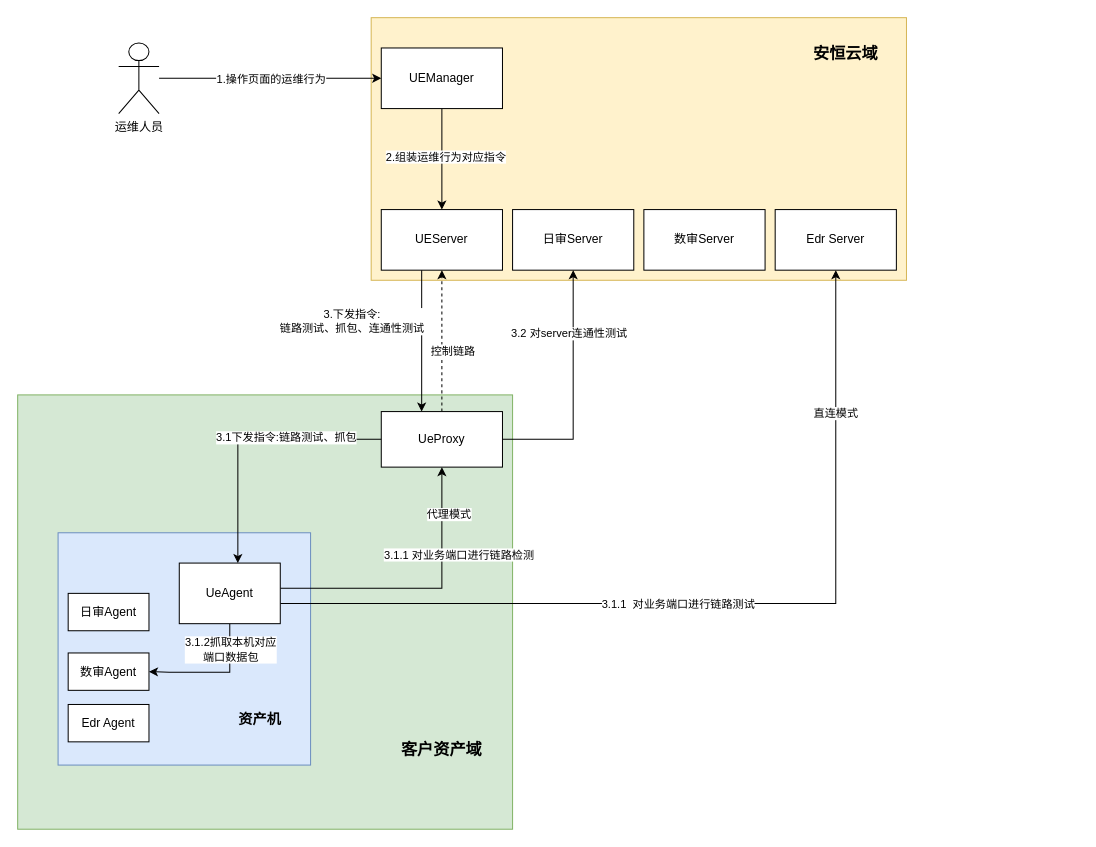
The draw.io diagram 自动化运维链路图.drawio in SwagLYY/myPersonalRepo, before the edit. Source tidied: cells renumbered, new cells numbered last; positions are measured from the earlier drawing's top-left corner, leaving out a move shared by most shapes. Both pictures are drawn from the tidied source at 101%, with x=0, y=0 at pixel (17, 17).
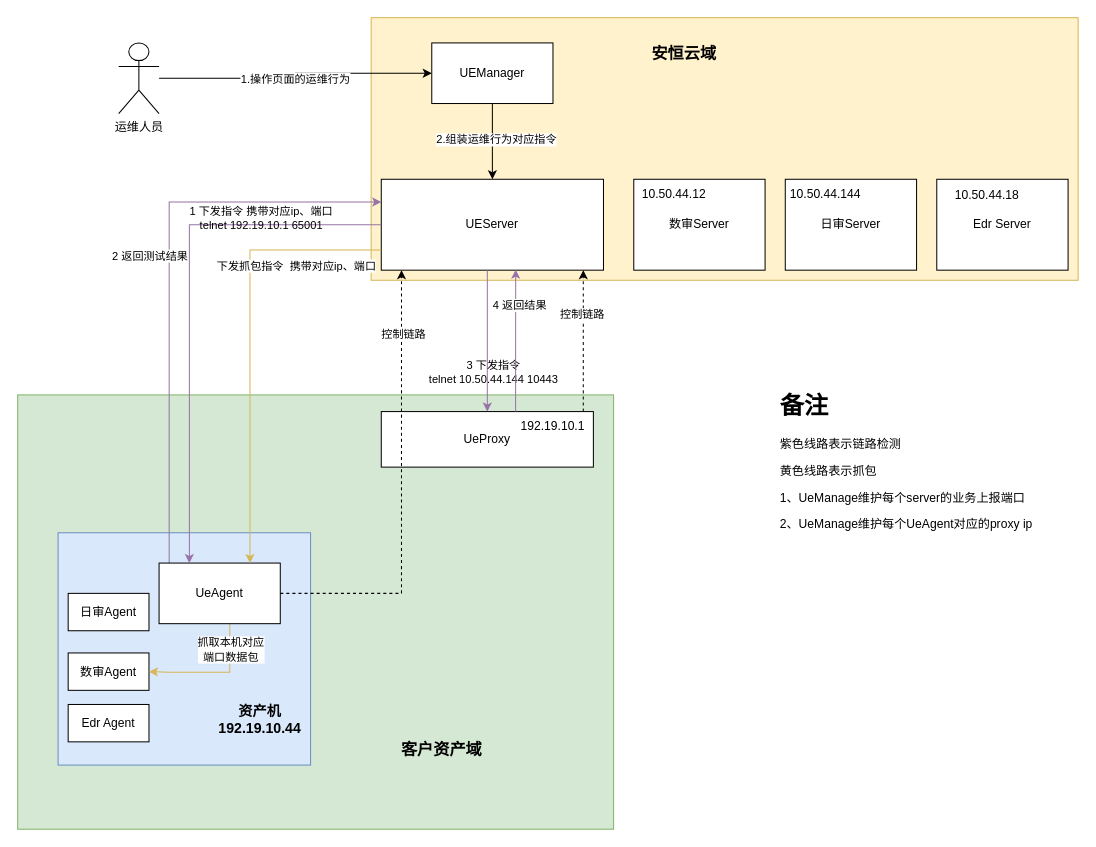
The same diagram, later.

Commit message:
更新自动化运维链路图.drawio

Unchanged cells that the change refers to:
```xml
<mxCell id="21" value="数审Agent" style="rounded=0;whiteSpace=wrap;html=1;" parent="1" vertex="1">
  <mxGeometry x="50" y="629" width="80" height="37" as="geometry" />
</mxCell>
```

The edit, as a diff of the source:
```diff
@@
     <mxCell id="4" style="rounded=0;whiteSpace=wrap;html=1;fillColor=#fff2cc;strokeColor=#d6b656;" parent="1" vertex="1">
-      <mxGeometry x="350" width="530" height="260" as="geometry" />
+      <mxGeometry x="350" width="700" height="260" as="geometry" />
     </mxCell>
     <mxCell id="5" value="UEServer" style="rounded=0;whiteSpace=wrap;html=1;" parent="1" vertex="1">
-      <mxGeometry x="360" y="190" width="120" height="60" as="geometry" />
+      <mxGeometry x="360" y="160" width="220" height="90" as="geometry" />
     </mxCell>
     <mxCell id="6" value="日审Server" style="rounded=0;whiteSpace=wrap;html=1;" parent="1" vertex="1">
-      <mxGeometry x="490" y="190" width="120" height="60" as="geometry" />
+      <mxGeometry x="760" y="160" width="130" height="90" as="geometry" />
     </mxCell>
     <mxCell id="7" value="数审Server" style="rounded=0;whiteSpace=wrap;html=1;" parent="1" vertex="1">
-      <mxGeometry x="620" y="190" width="120" height="60" as="geometry" />
+      <mxGeometry x="610" y="160" width="130" height="90" as="geometry" />
     </mxCell>
     <mxCell id="8" value="Edr Server" style="rounded=0;whiteSpace=wrap;html=1;" parent="1" vertex="1">
-      <mxGeometry x="750" y="190" width="120" height="60" as="geometry" />
+      <mxGeometry x="910" y="160" width="130" height="90" as="geometry" />
     </mxCell>
     <mxCell id="9" value="&lt;font style=&quot;font-size: 16px;&quot;&gt;&lt;b style=&quot;font-size: 16px;&quot;&gt;安恒云域&lt;/b&gt;&lt;/font&gt;" style="text;html=1;strokeColor=none;fillColor=none;align=center;verticalAlign=middle;whiteSpace=wrap;rounded=0;fontSize=16;" parent="1" vertex="1">
-      <mxGeometry x="780" y="20" width="80" height="30" as="geometry" />
+      <mxGeometry x="620" y="20" width="80" height="30" as="geometry" />
     </mxCell>
@@
     <mxCell id="12" value="UEManager" style="rounded=0;whiteSpace=wrap;html=1;" parent="1" vertex="1">
-      <mxGeometry x="360" y="30" width="120" height="60" as="geometry" />
+      <mxGeometry x="410" y="25" width="120" height="60" as="geometry" />
     </mxCell>
     <mxCell id="13" style="rounded=0;whiteSpace=wrap;html=1;fillColor=#d5e8d4;strokeColor=#82b366;" parent="1" vertex="1">
-      <mxGeometry y="373.5" width="490" height="430" as="geometry" />
+      <mxGeometry y="373.5" width="590" height="430" as="geometry" />
     </mxCell>
-    <mxCell id="14" style="edgeStyle=orthogonalEdgeStyle;rounded=0;jettySize=auto;html=1;entryX=0.5;entryY=1;entryDx=0;entryDy=0;" parent="1" edge="1" source="18" target="6">
-      <mxGeometry relative="1" as="geometry">
-        <Array as="points">
-          <mxPoint x="550" y="418" />
-        </Array>
-      </mxGeometry>
-    </mxCell>
-    <mxCell id="15" value="3.2 对server连通性测试" style="edgeLabel;html=1;align=center;verticalAlign=middle;" parent="14" vertex="1">
-      <mxGeometry x="0.22" relative="1" as="geometry">
-        <mxPoint x="-5" y="-30" as="offset" />
-      </mxGeometry>
-    </mxCell>
-    <mxCell id="16" style="edgeStyle=orthogonalEdgeStyle;rounded=0;jettySize=auto;html=1;entryX=0.5;entryY=1;entryDx=0;entryDy=0;dashed=1;" parent="1" edge="1" source="18" target="5">
-      <mxGeometry relative="1" as="geometry">
-        <Array as="points">
-          <mxPoint x="420" y="290" />
-          <mxPoint x="420" y="290" />
-        </Array>
-      </mxGeometry>
-    </mxCell>
-    <mxCell id="17" value="控制链路" style="edgeLabel;html=1;align=center;verticalAlign=middle;" parent="16" vertex="1">
-      <mxGeometry x="-0.13" y="1" relative="1" as="geometry">
-        <mxPoint x="11" as="offset" />
-      </mxGeometry>
-    </mxCell>
+    <mxCell id="41" style="edgeStyle=orthogonalEdgeStyle;rounded=0;jettySize=auto;html=1;dashed=1;" parent="1" edge="1" source="18" target="5">
+      <mxGeometry relative="1" as="geometry">
+        <Array as="points">
+          <mxPoint x="560" y="310" />
+          <mxPoint x="560" y="310" />
+        </Array>
+      </mxGeometry>
+    </mxCell>
+    <mxCell id="42" value="控制链路" style="edgeLabel;html=1;align=center;verticalAlign=middle;" parent="41" vertex="1">
+      <mxGeometry x="0.38" y="2" relative="1" as="geometry" />
+    </mxCell>
     <mxCell id="18" value="UeProxy" style="rounded=0;whiteSpace=wrap;html=1;" parent="1" vertex="1">
-      <mxGeometry x="360" y="390" width="120" height="55" as="geometry" />
+      <mxGeometry x="360" y="390" width="210" height="55" as="geometry" />
     </mxCell>
@@
-    <mxCell id="23" style="edgeStyle=orthogonalEdgeStyle;rounded=0;jettySize=auto;html=1;entryX=1;entryY=0.5;entryDx=0;entryDy=0;" parent="1" edge="1" source="31" target="21">
+    <mxCell id="23" style="edgeStyle=orthogonalEdgeStyle;rounded=0;jettySize=auto;html=1;entryX=1;entryY=0.5;entryDx=0;entryDy=0;fillColor=#fff2cc;strokeColor=#d6b656;" parent="1" edge="1" source="31" target="21">
       <mxGeometry relative="1" as="geometry">
         <Array as="points">
           <mxPoint x="210" y="648" />
           <mxPoint x="150" y="648" />
         </Array>
       </mxGeometry>
     </mxCell>
-    <mxCell id="24" value="3.1.2抓取本机对应&lt;br&gt;端口数据包" style="edgeLabel;html=1;align=center;verticalAlign=middle;labelBackgroundColor=default;labelBorderColor=none;" parent="23" vertex="1">
+    <mxCell id="24" value="抓取本机对应&lt;br&gt;端口数据包" style="edgeLabel;html=1;align=center;verticalAlign=middle;labelBackgroundColor=default;labelBorderColor=none;" parent="23" vertex="1">
       <mxGeometry relative="1" as="geometry">
         <mxPoint x="16" y="-23" as="offset" />
       </mxGeometry>
     </mxCell>
-    <mxCell id="25" style="edgeStyle=orthogonalEdgeStyle;rounded=0;jettySize=auto;html=1;entryX=0.5;entryY=1;entryDx=0;entryDy=0;" parent="1" edge="1" source="31" target="18">
-      <mxGeometry relative="1" as="geometry">
-        <Array as="points">
-          <mxPoint x="420" y="565" />
-        </Array>
-      </mxGeometry>
-    </mxCell>
-    <mxCell id="26" value="3.1.1 对业务端口进行链路检测" style="edgeLabel;html=1;align=center;verticalAlign=middle;labelBackgroundColor=default;" parent="25" vertex="1">
-      <mxGeometry x="-0.24" y="1" relative="1" as="geometry">
-        <mxPoint x="70" y="-33" as="offset" />
-      </mxGeometry>
-    </mxCell>
-    <mxCell id="27" value="代理模式" style="edgeLabel;html=1;align=center;verticalAlign=middle;" parent="25" vertex="1">
-      <mxGeometry x="-0.86" y="4" relative="1" as="geometry">
-        <mxPoint x="146" y="-70" as="offset" />
-      </mxGeometry>
-    </mxCell>
-    <mxCell id="28" style="edgeStyle=orthogonalEdgeStyle;rounded=0;jettySize=auto;html=1;entryX=0.5;entryY=1;entryDx=0;entryDy=0;" parent="1" edge="1" source="31" target="8">
-      <mxGeometry relative="1" as="geometry">
-        <Array as="points">
-          <mxPoint x="810" y="580" />
-        </Array>
-      </mxGeometry>
-    </mxCell>
-    <mxCell id="29" value="3.1.1&amp;nbsp; 对业务端口进行链路测试" style="edgeLabel;html=1;align=center;verticalAlign=middle;" parent="28" vertex="1">
-      <mxGeometry x="-0.18" y="-2" relative="1" as="geometry">
-        <mxPoint x="32" y="-2" as="offset" />
-      </mxGeometry>
-    </mxCell>
-    <mxCell id="30" value="直连模式" style="edgeLabel;html=1;align=center;verticalAlign=middle;" parent="28" vertex="1">
-      <mxGeometry x="0.68" y="1" relative="1" as="geometry" />
-    </mxCell>
+    <mxCell id="43" style="edgeStyle=orthogonalEdgeStyle;rounded=0;jettySize=auto;html=1;entryX=0;entryY=0.25;entryDx=0;entryDy=0;fillColor=#e1d5e7;strokeColor=#9673a6;" parent="1" edge="1" source="31" target="5">
+      <mxGeometry relative="1" as="geometry">
+        <Array as="points">
+          <mxPoint x="150" y="182" />
+        </Array>
+      </mxGeometry>
+    </mxCell>
+    <mxCell id="44" value="2 返回测试结果" style="edgeLabel;html=1;align=center;verticalAlign=middle;" parent="43" vertex="1">
+      <mxGeometry x="0.14" y="4" relative="1" as="geometry">
+        <mxPoint x="-16" y="18" as="offset" />
+      </mxGeometry>
+    </mxCell>
     <mxCell id="31" value="UeAgent" style="rounded=0;whiteSpace=wrap;html=1;" parent="1" vertex="1">
-      <mxGeometry x="160" y="540" width="100" height="60" as="geometry" />
+      <mxGeometry x="140" y="540" width="120" height="60" as="geometry" />
     </mxCell>
-    <mxCell id="32" value="&lt;b&gt;&lt;font style=&quot;font-size: 14px;&quot;&gt;资产机&lt;/font&gt;&lt;/b&gt;" style="text;html=1;strokeColor=none;fillColor=none;align=center;verticalAlign=middle;whiteSpace=wrap;rounded=0;" parent="1" vertex="1">
+    <mxCell id="32" value="&lt;b&gt;&lt;font style=&quot;font-size: 14px;&quot;&gt;资产机&lt;br&gt;192.19.10.44&lt;br&gt;&lt;/font&gt;&lt;/b&gt;" style="text;html=1;strokeColor=none;fillColor=none;align=center;verticalAlign=middle;whiteSpace=wrap;rounded=0;" parent="1" vertex="1">
       <mxGeometry x="210" y="680" width="60" height="30" as="geometry" />
     </mxCell>
@@
-    <mxCell id="34" style="edgeStyle=orthogonalEdgeStyle;rounded=0;jettySize=auto;html=1;" parent="1" edge="1" source="5" target="18">
-      <mxGeometry relative="1" as="geometry">
-        <Array as="points">
-          <mxPoint x="400" y="330" />
-          <mxPoint x="400" y="330" />
-        </Array>
-      </mxGeometry>
-    </mxCell>
-    <mxCell id="35" value="3.下发指令:&lt;br&gt;链路测试、抓包、连通性测试" style="edgeLabel;html=1;align=center;verticalAlign=middle;" parent="34" vertex="1">
-      <mxGeometry x="-0.57" y="-1" relative="1" as="geometry">
-        <mxPoint x="-69" y="20" as="offset" />
-      </mxGeometry>
-    </mxCell>
@@
-    <mxCell id="39" style="edgeStyle=orthogonalEdgeStyle;rounded=0;jettySize=auto;html=1;entryX=0.58;entryY=0;entryDx=0;entryDy=0;entryPerimeter=0;" parent="1" edge="1" source="18" target="31">
-      <mxGeometry relative="1" as="geometry">
-        <Array as="points">
-          <mxPoint x="218" y="418" />
-        </Array>
-      </mxGeometry>
-    </mxCell>
-    <mxCell id="40" value="3.1下发指令:链路测试、抓包" style="edgeLabel;html=1;align=center;verticalAlign=middle;" parent="39" vertex="1">
-      <mxGeometry x="-0.28" y="-2" relative="1" as="geometry" />
-    </mxCell>
+    <mxCell id="45" style="edgeStyle=orthogonalEdgeStyle;rounded=0;jettySize=auto;html=1;fillColor=#e1d5e7;strokeColor=#9673a6;exitX=0;exitY=0.5;exitDx=0;exitDy=0;" parent="1" edge="1" source="5">
+      <mxGeometry relative="1" as="geometry">
+        <mxPoint x="170" y="540" as="targetPoint" />
+        <Array as="points">
+          <mxPoint x="170" y="205" />
+        </Array>
+      </mxGeometry>
+    </mxCell>
+    <mxCell id="46" value="1 下发指令 携带对应ip、端口&lt;br&gt;telnet 192.19.10.1 65001" style="edgeLabel;html=1;align=center;verticalAlign=middle;labelBackgroundColor=none;" parent="45" vertex="1">
+      <mxGeometry x="-0.18" y="-3" relative="1" as="geometry">
+        <mxPoint x="73" y="-32" as="offset" />
+      </mxGeometry>
+    </mxCell>
+    <mxCell id="47" style="edgeStyle=orthogonalEdgeStyle;rounded=0;jettySize=auto;html=1;entryX=0.091;entryY=1;entryDx=0;entryDy=0;entryPerimeter=0;dashed=1;" parent="1" edge="1" source="31" target="5">
+      <mxGeometry relative="1" as="geometry" />
+    </mxCell>
+    <mxCell id="48" value="控制链路" style="edgeLabel;html=1;align=center;verticalAlign=middle;" parent="47" vertex="1">
+      <mxGeometry x="0.71" y="-1" relative="1" as="geometry">
+        <mxPoint y="-1" as="offset" />
+      </mxGeometry>
+    </mxCell>
+    <mxCell id="34" style="edgeStyle=orthogonalEdgeStyle;rounded=0;jettySize=auto;html=1;entryX=0.5;entryY=0;entryDx=0;entryDy=0;fillColor=#e1d5e7;strokeColor=#9673a6;" parent="1" edge="1" source="5" target="18">
+      <mxGeometry relative="1" as="geometry">
+        <Array as="points">
+          <mxPoint x="465" y="300" />
+          <mxPoint x="465" y="300" />
+        </Array>
+      </mxGeometry>
+    </mxCell>
+    <mxCell id="49" value="3 下发指令&lt;br&gt;telnet 10.50.44.144 10443" style="edgeLabel;html=1;align=center;verticalAlign=middle;labelBackgroundColor=none;" parent="1" vertex="1">
+      <mxGeometry x="470" y="350" as="geometry" />
+    </mxCell>
+    <mxCell id="50" style="edgeStyle=orthogonalEdgeStyle;rounded=0;jettySize=auto;html=1;entryX=0.605;entryY=0.994;entryDx=0;entryDy=0;entryPerimeter=0;fillColor=#e1d5e7;strokeColor=#9673a6;" parent="1" edge="1" source="18" target="5">
+      <mxGeometry relative="1" as="geometry">
+        <Array as="points">
+          <mxPoint x="493" y="350" />
+          <mxPoint x="493" y="350" />
+        </Array>
+      </mxGeometry>
+    </mxCell>
+    <mxCell id="51" value="4 返回结果" style="edgeLabel;html=1;align=center;verticalAlign=middle;" parent="50" vertex="1">
+      <mxGeometry x="0.51" y="-3" relative="1" as="geometry" />
+    </mxCell>
+    <mxCell id="52" style="edgeStyle=orthogonalEdgeStyle;rounded=0;jettySize=auto;html=1;entryX=0.75;entryY=0;entryDx=0;entryDy=0;fillColor=#fff2cc;strokeColor=#d6b656;" parent="1" edge="1" source="5" target="31">
+      <mxGeometry relative="1" as="geometry">
+        <Array as="points">
+          <mxPoint x="230" y="230" />
+        </Array>
+      </mxGeometry>
+    </mxCell>
+    <mxCell id="53" value="下发抓包指令&amp;nbsp; 携带对应ip、端口" style="edgeLabel;html=1;align=center;verticalAlign=middle;" parent="52" vertex="1">
+      <mxGeometry x="-0.09" y="4" relative="1" as="geometry">
+        <mxPoint x="41" y="-55" as="offset" />
+      </mxGeometry>
+    </mxCell>
+    <mxCell id="54" value="&lt;h1&gt;备注&lt;/h1&gt;&lt;p&gt;紫色线路表示链路检测&lt;/p&gt;&lt;p&gt;黄色线路表示抓包&lt;/p&gt;&lt;p&gt;1、UeManage维护每个server的业务上报端口&lt;/p&gt;&lt;p&gt;2、UeManage维护每个UeAgent对应的proxy ip&amp;nbsp;&lt;/p&gt;" style="text;html=1;strokeColor=none;fillColor=none;spacing=5;spacingTop=-20;whiteSpace=wrap;overflow=hidden;rounded=0;" parent="1" vertex="1">
+      <mxGeometry x="750" y="365" width="280" height="200" as="geometry" />
+    </mxCell>
+    <mxCell id="55" value="10.50.44.12" style="text;html=1;strokeColor=none;fillColor=none;align=center;verticalAlign=middle;whiteSpace=wrap;rounded=0;" parent="1" vertex="1">
+      <mxGeometry x="620" y="160" width="60" height="30" as="geometry" />
+    </mxCell>
+    <mxCell id="56" value="10.50.44.144" style="text;html=1;strokeColor=none;fillColor=none;align=center;verticalAlign=middle;whiteSpace=wrap;rounded=0;" parent="1" vertex="1">
+      <mxGeometry x="770" y="160" width="60" height="30" as="geometry" />
+    </mxCell>
+    <mxCell id="57" value="10.50.44.18" style="text;html=1;strokeColor=none;fillColor=none;align=center;verticalAlign=middle;whiteSpace=wrap;rounded=0;" parent="1" vertex="1">
+      <mxGeometry x="930" y="161" width="60" height="30" as="geometry" />
+    </mxCell>
+    <mxCell id="58" value="192.19.10.1" style="text;html=1;strokeColor=none;fillColor=none;align=center;verticalAlign=middle;whiteSpace=wrap;rounded=0;" parent="1" vertex="1">
+      <mxGeometry x="500" y="390" width="60" height="30" as="geometry" />
+    </mxCell>
```
